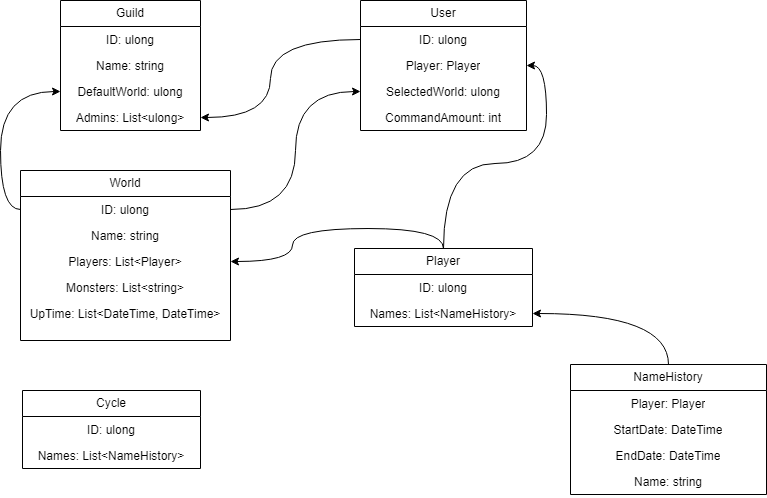
Above: Stats Bot UML.drawio.png in Endferoma/Draw.IO (draw.io), before the change. Source tidied: cells renumbered, new cells last; positions are measured from the earlier drawing's top-left corner, leaving out a move shared by most shapes.
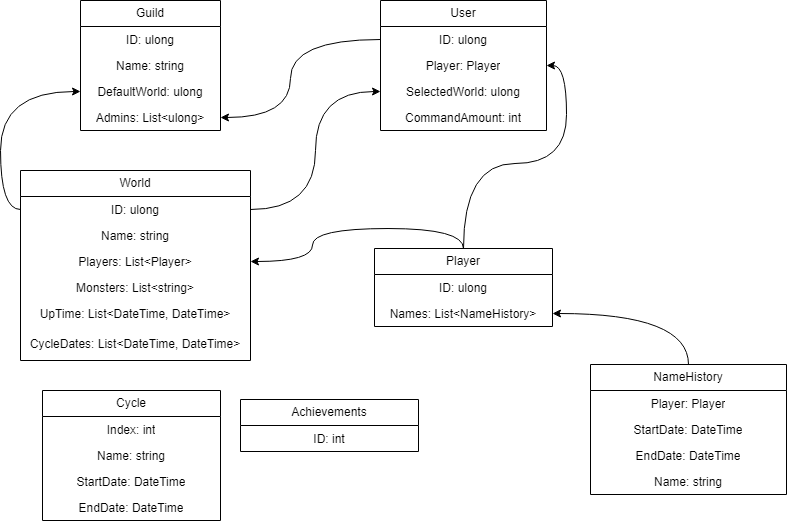
The same diagram one commit later.

Change to the diagram source:
```diff
@@ -51,23 +51,26 @@
       <mxGeometry y="104" width="196" height="26" as="geometry" />
     </mxCell>
     <mxCell id="18" value="World" style="swimlane;fontStyle=0;horizontal=1;startSize=26;fillColor=none;whiteSpace=wrap;html=1;align=center;" parent="1" vertex="1">
-      <mxGeometry y="170" width="210" height="170" as="geometry" />
+      <mxGeometry x="-20" y="170" width="230" height="190" as="geometry" />
     </mxCell>
     <mxCell id="19" value="ID: ulong" style="text;strokeColor=none;fillColor=none;align=center;verticalAlign=top;spacingLeft=4;spacingRight=4;overflow=hidden;points=[[0,0.5],[1,0.5]];portConstraint=eastwest;whiteSpace=wrap;html=1;" parent="18" vertex="1">
-      <mxGeometry y="26" width="210" height="26" as="geometry" />
+      <mxGeometry y="26" width="230" height="26" as="geometry" />
     </mxCell>
     <mxCell id="20" value="Name: string" style="text;strokeColor=none;fillColor=none;align=center;verticalAlign=top;spacingLeft=4;spacingRight=4;overflow=hidden;whiteSpace=wrap;html=1;" parent="18" vertex="1">
-      <mxGeometry y="52" width="210" height="26" as="geometry" />
+      <mxGeometry y="52" width="230" height="26" as="geometry" />
     </mxCell>
     <mxCell id="21" value="Players: List&amp;lt;Player&amp;gt;" style="text;strokeColor=none;fillColor=none;align=center;verticalAlign=top;spacingLeft=4;spacingRight=4;overflow=hidden;points=[[0,0.5],[1,0.5]];portConstraint=eastwest;whiteSpace=wrap;html=1;" parent="18" vertex="1">
-      <mxGeometry y="78" width="210" height="26" as="geometry" />
+      <mxGeometry y="78" width="230" height="26" as="geometry" />
     </mxCell>
     <mxCell id="22" value="Monsters: List&amp;lt;string&amp;gt;" style="text;strokeColor=none;fillColor=none;align=center;verticalAlign=top;spacingLeft=4;spacingRight=4;overflow=hidden;whiteSpace=wrap;html=1;" parent="18" vertex="1">
-      <mxGeometry y="104" width="210" height="26" as="geometry" />
+      <mxGeometry y="104" width="230" height="26" as="geometry" />
     </mxCell>
     <mxCell id="23" value="UpTime: List&amp;lt;DateTime, DateTime&amp;gt;" style="text;strokeColor=none;fillColor=none;align=center;verticalAlign=top;spacingLeft=4;spacingRight=4;overflow=hidden;whiteSpace=wrap;html=1;" parent="18" vertex="1">
-      <mxGeometry y="130" width="210" height="40" as="geometry" />
+      <mxGeometry y="130" width="230" height="30" as="geometry" />
     </mxCell>
+    <mxCell id="35" value="CycleDates: List&amp;lt;DateTime, DateTime&amp;gt;" style="text;strokeColor=none;fillColor=none;align=center;verticalAlign=top;spacingLeft=4;spacingRight=4;overflow=hidden;whiteSpace=wrap;html=1;" parent="18" vertex="1">
+      <mxGeometry y="160" width="230" height="30" as="geometry" />
+    </mxCell>
     <mxCell id="24" style="edgeStyle=orthogonalEdgeStyle;rounded=0;jettySize=auto;html=1;exitX=0.5;exitY=0;exitDx=0;exitDy=0;curved=1;" parent="1" edge="1" source="26" target="21">
       <mxGeometry relative="1" as="geometry" />
     </mxCell>
@@ -95,16 +98,28 @@
       <mxGeometry relative="1" as="geometry" />
     </mxCell>
     <mxCell id="31" value="Cycle" style="swimlane;fontStyle=0;horizontal=1;startSize=26;fillColor=none;whiteSpace=wrap;html=1;align=center;" parent="1" vertex="1">
-      <mxGeometry x="2" y="390" width="178" height="78" as="geometry" />
+      <mxGeometry x="2" y="390" width="178" height="130" as="geometry" />
     </mxCell>
-    <mxCell id="32" value="ID: ulong" style="text;strokeColor=none;fillColor=none;align=center;verticalAlign=top;spacingLeft=4;spacingRight=4;overflow=hidden;whiteSpace=wrap;html=1;" parent="31" vertex="1">
+    <mxCell id="32" value="Index: int" style="text;strokeColor=none;fillColor=none;align=center;verticalAlign=top;spacingLeft=4;spacingRight=4;overflow=hidden;whiteSpace=wrap;html=1;" parent="31" vertex="1">
       <mxGeometry y="26" width="178" height="26" as="geometry" />
     </mxCell>
-    <mxCell id="33" value="Names: List&amp;lt;NameHistory&amp;gt;" style="text;strokeColor=none;fillColor=none;align=center;verticalAlign=top;spacingLeft=4;spacingRight=4;overflow=hidden;whiteSpace=wrap;html=1;" parent="31" vertex="1">
-      <mxGeometry y="52" width="178" height="26" as="geometry" />
-    </mxCell>
+    <mxCell id="36" value="Name: string" style="text;strokeColor=none;fillColor=none;align=center;verticalAlign=top;spacingLeft=4;spacingRight=4;overflow=hidden;whiteSpace=wrap;html=1;" parent="31" vertex="1">
+      <mxGeometry y="52" width="178" height="26" as="geometry" />
+    </mxCell>
+    <mxCell id="37" value="StartDate: DateTime" style="text;strokeColor=none;fillColor=none;align=center;verticalAlign=top;spacingLeft=4;spacingRight=4;overflow=hidden;whiteSpace=wrap;html=1;" parent="31" vertex="1">
+      <mxGeometry y="78" width="178" height="26" as="geometry" />
+    </mxCell>
+    <mxCell id="38" value="EndDate: DateTime" style="text;strokeColor=none;fillColor=none;align=center;verticalAlign=top;spacingLeft=4;spacingRight=4;overflow=hidden;whiteSpace=wrap;html=1;" parent="31" vertex="1">
+      <mxGeometry y="104" width="178" height="26" as="geometry" />
+    </mxCell>
     <mxCell id="34" style="edgeStyle=orthogonalEdgeStyle;rounded=0;jettySize=auto;html=1;exitX=0;exitY=0.5;exitDx=0;exitDy=0;curved=1;" parent="1" edge="1" source="19" target="5">
       <mxGeometry relative="1" as="geometry" />
     </mxCell>
+    <mxCell id="39" value="Achievements" style="swimlane;fontStyle=0;horizontal=1;startSize=26;fillColor=none;whiteSpace=wrap;html=1;align=center;" parent="1" vertex="1">
+      <mxGeometry x="200" y="399" width="178" height="52" as="geometry" />
+    </mxCell>
+    <mxCell id="40" value="ID: int" style="text;strokeColor=none;fillColor=none;align=center;verticalAlign=top;spacingLeft=4;spacingRight=4;overflow=hidden;whiteSpace=wrap;html=1;" parent="39" vertex="1">
+      <mxGeometry y="26" width="178" height="26" as="geometry" />
+    </mxCell>
   </root>
 </mxGraphModel>
```
